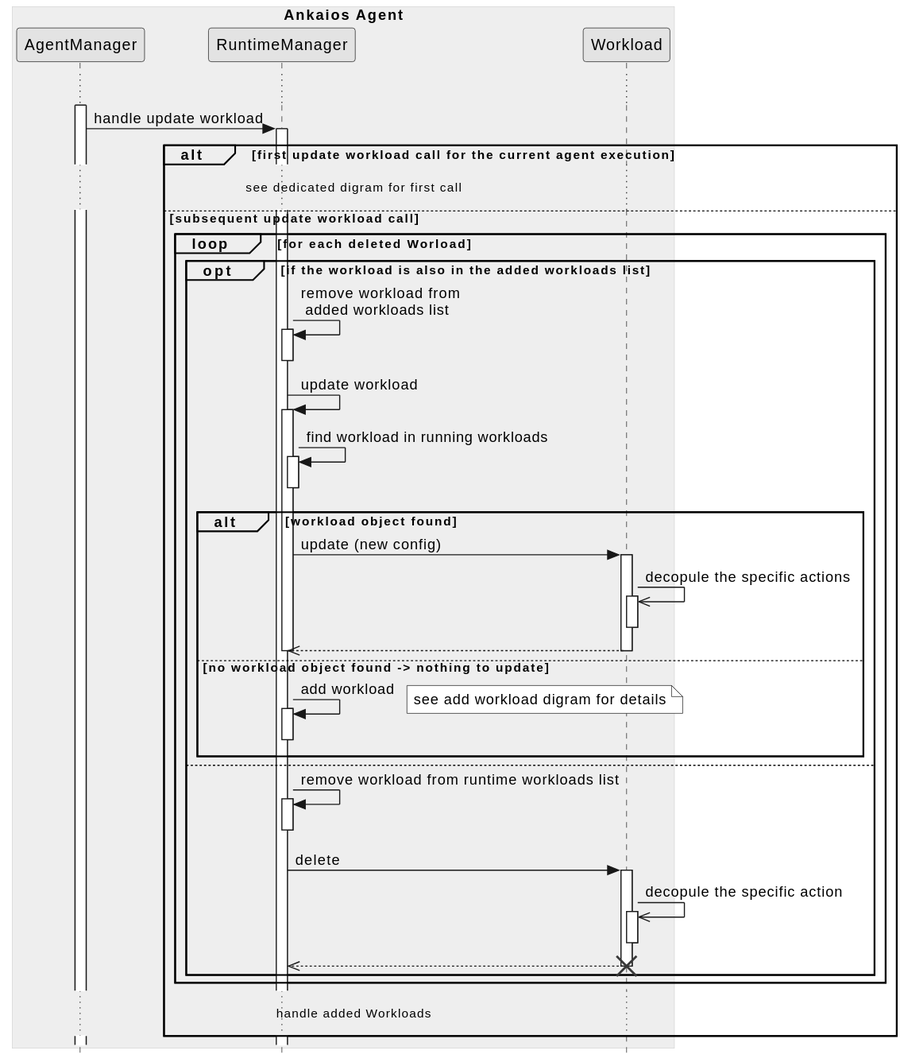
Before: agent/doc/swdesign/plantuml/seq_update_workload_subsequent_deleted.svg, a diagram exported from PlantUML (eclipse-ankaios/ankaios).
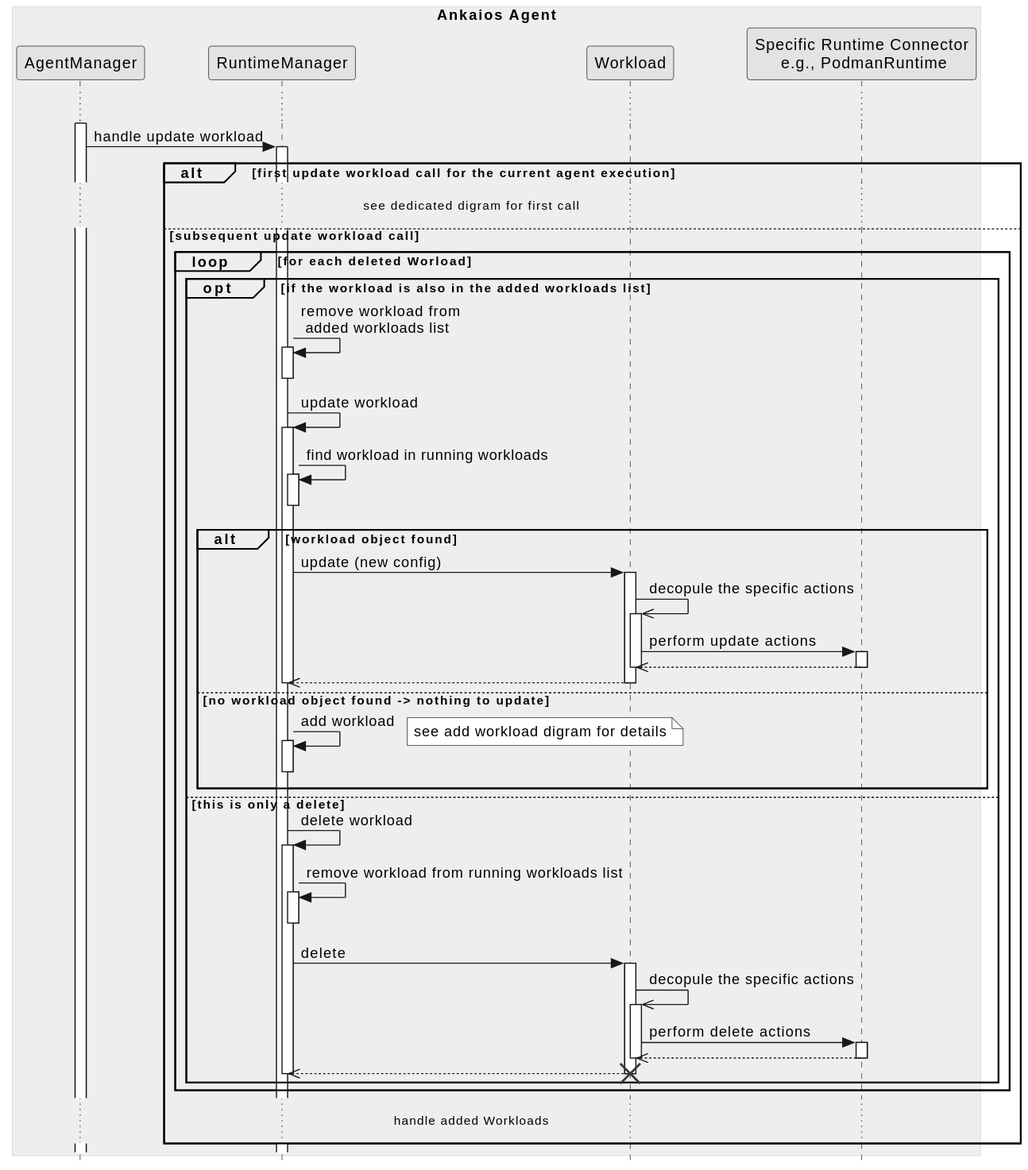
Above is the later version.

Diff of the diagram source:
```diff
@@ -5,6 +5,8 @@
     participant "AgentManager" as manager
     participant "RuntimeManager" as runtime_manager
     participant "Workload" as workload
+
+    participant "Specific Runtime Connector\n e.g., PodmanRuntime" as runtime
 end box
 
 activate manager
@@ -23,7 +25,10 @@
             runtime_manager -> runtime_manager ++--: find workload in running workloads
             alt workload object found
                 runtime_manager -> workload ++: update (new config)
-                workload ->> workload ++--: decopule the specific actions
+                workload ->> workload ++: decopule the specific actions
+                workload -> runtime++: perform update actions
+                runtime -->> workload--
+                deactivate workload
                 workload -->> runtime_manager --:
                 deactivate runtime_manager
             else no workload object found -> nothing to update
@@ -32,12 +37,17 @@
                 see add workload digram for details
                 endnote
             end
-        else
-            runtime_manager -> runtime_manager ++--: remove workload from runtime workloads list
+        else this is only a delete
+            runtime_manager -> runtime_manager++: delete workload
+            runtime_manager -> runtime_manager ++--: remove workload from running workloads list
             runtime_manager -> workload ++: delete
-            workload ->> workload ++--: decopule the specific action
+            workload ->> workload ++: decopule the specific actions
+            workload -> runtime++: perform delete actions
+            runtime -->> workload--
+            deactivate workload
             workload -->> runtime_manager --:
             destroy workload
+            deactivate runtime_manager
         end
     end
 
```
